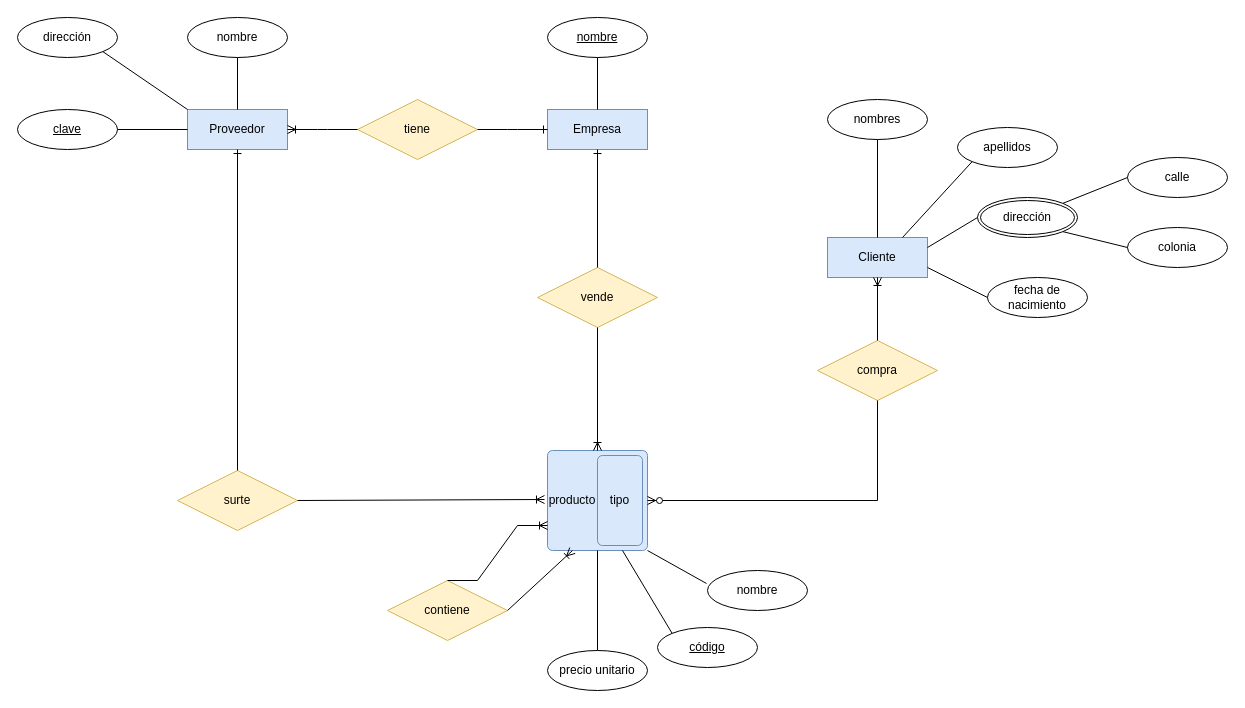
The draw.io diagram Untitled Diagram.drawio in DanielAcosta2395/UASLP, before the edit. Source tidied: cells renumbered, new cells numbered last; positions are measured from the earlier drawing's top-left corner, leaving out a move shared by most shapes. Both pictures are drawn from the tidied source at 100%, with x=0, y=0 at pixel (17, 17).
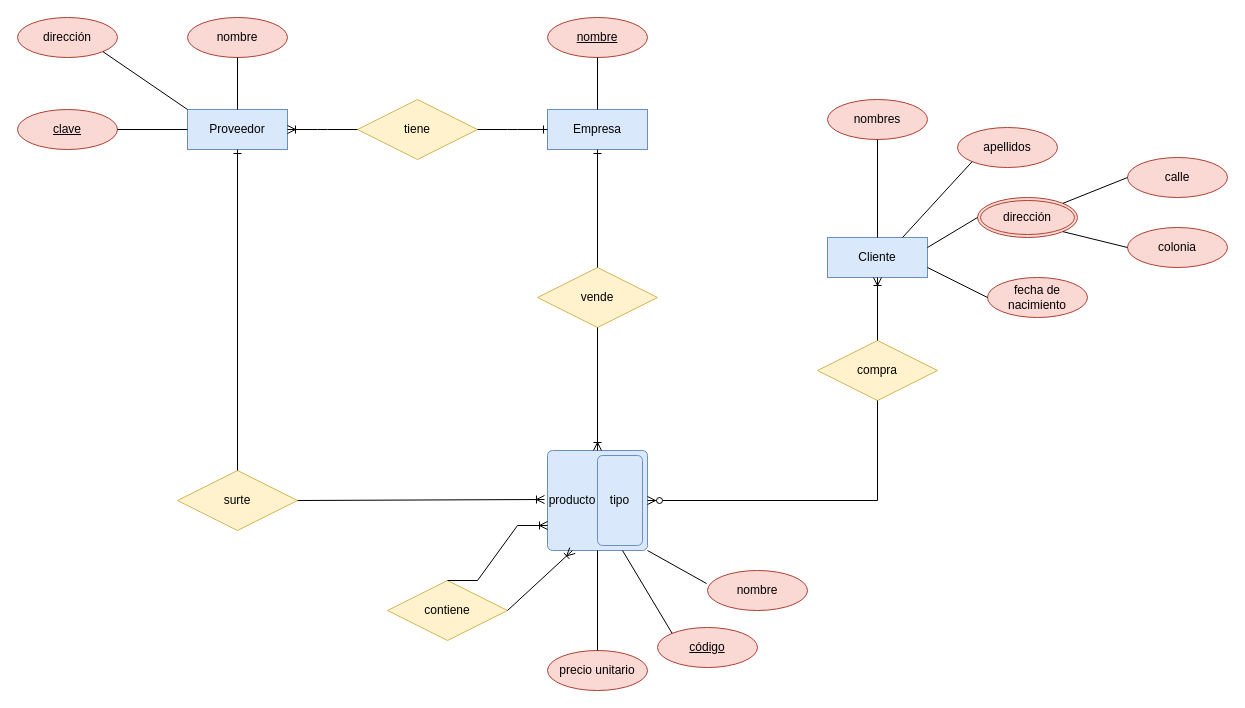
After the change.

Diff of the diagram source:
```diff
@@
-    <mxCell id="13" value="nombres" style="ellipse;whiteSpace=wrap;html=1;align=center;" parent="1" vertex="1">
+    <mxCell id="13" value="nombres" style="ellipse;whiteSpace=wrap;html=1;align=center;fillColor=#fad9d5;strokeColor=#ae4132;" parent="1" vertex="1">
       <mxGeometry x="810" y="82" width="100" height="40" as="geometry" />
     </mxCell>
-    <mxCell id="14" value="apellidos" style="ellipse;whiteSpace=wrap;html=1;align=center;" parent="1" vertex="1">
+    <mxCell id="14" value="apellidos" style="ellipse;whiteSpace=wrap;html=1;align=center;fillColor=#fad9d5;strokeColor=#ae4132;" parent="1" vertex="1">
       <mxGeometry x="940" y="110" width="100" height="40" as="geometry" />
     </mxCell>
-    <mxCell id="15" value="fecha de nacimiento" style="ellipse;whiteSpace=wrap;html=1;align=center;" parent="1" vertex="1">
+    <mxCell id="15" value="fecha de nacimiento" style="ellipse;whiteSpace=wrap;html=1;align=center;fillColor=#fad9d5;strokeColor=#ae4132;" parent="1" vertex="1">
       <mxGeometry x="970" y="260" width="100" height="40" as="geometry" />
     </mxCell>
-    <mxCell id="16" value="calle" style="ellipse;whiteSpace=wrap;html=1;align=center;" parent="1" vertex="1">
+    <mxCell id="16" value="calle" style="ellipse;whiteSpace=wrap;html=1;align=center;fillColor=#fad9d5;strokeColor=#ae4132;" parent="1" vertex="1">
       <mxGeometry x="1110" y="140" width="100" height="40" as="geometry" />
     </mxCell>
-    <mxCell id="17" value="nombre" style="ellipse;whiteSpace=wrap;html=1;align=center;" parent="1" vertex="1">
+    <mxCell id="17" value="nombre" style="ellipse;whiteSpace=wrap;html=1;align=center;fillColor=#fad9d5;strokeColor=#ae4132;" parent="1" vertex="1">
       <mxGeometry x="690" y="553" width="100" height="40" as="geometry" />
     </mxCell>
-    <mxCell id="18" value="precio unitario" style="ellipse;whiteSpace=wrap;html=1;align=center;" parent="1" vertex="1">
+    <mxCell id="18" value="precio unitario" style="ellipse;whiteSpace=wrap;html=1;align=center;fillColor=#fad9d5;strokeColor=#ae4132;" parent="1" vertex="1">
       <mxGeometry x="530" y="633" width="100" height="40" as="geometry" />
     </mxCell>
-    <mxCell id="19" value="nombre" style="ellipse;whiteSpace=wrap;html=1;align=center;" parent="1" vertex="1">
+    <mxCell id="19" value="nombre" style="ellipse;whiteSpace=wrap;html=1;align=center;fillColor=#fad9d5;strokeColor=#ae4132;" parent="1" vertex="1">
       <mxGeometry x="170" width="100" height="40" as="geometry" />
     </mxCell>
-    <mxCell id="20" value="clave" style="ellipse;whiteSpace=wrap;html=1;align=center;fontStyle=4;" parent="1" vertex="1">
+    <mxCell id="20" value="clave" style="ellipse;whiteSpace=wrap;html=1;align=center;fontStyle=4;fillColor=#fad9d5;strokeColor=#ae4132;" parent="1" vertex="1">
       <mxGeometry y="92" width="100" height="40" as="geometry" />
     </mxCell>
-    <mxCell id="21" value="dirección" style="ellipse;whiteSpace=wrap;html=1;align=center;" parent="1" vertex="1">
+    <mxCell id="21" value="dirección" style="ellipse;whiteSpace=wrap;html=1;align=center;fillColor=#fad9d5;strokeColor=#ae4132;" parent="1" vertex="1">
       <mxGeometry width="100" height="40" as="geometry" />
     </mxCell>
-    <mxCell id="22" value="nombre" style="ellipse;whiteSpace=wrap;html=1;align=center;fontStyle=4;" parent="1" vertex="1">
+    <mxCell id="22" value="nombre" style="ellipse;whiteSpace=wrap;html=1;align=center;fontStyle=4;fillColor=#fad9d5;strokeColor=#ae4132;" parent="1" vertex="1">
       <mxGeometry x="530" width="100" height="40" as="geometry" />
     </mxCell>
-    <mxCell id="23" value="código" style="ellipse;whiteSpace=wrap;html=1;align=center;fontStyle=4;" parent="1" vertex="1">
+    <mxCell id="23" value="código" style="ellipse;whiteSpace=wrap;html=1;align=center;fontStyle=4;fillColor=#fad9d5;strokeColor=#ae4132;" parent="1" vertex="1">
       <mxGeometry x="640" y="610" width="100" height="40" as="geometry" />
     </mxCell>
-    <mxCell id="24" value="dirección" style="ellipse;shape=doubleEllipse;margin=3;whiteSpace=wrap;html=1;align=center;" parent="1" vertex="1">
+    <mxCell id="24" value="dirección" style="ellipse;shape=doubleEllipse;margin=3;whiteSpace=wrap;html=1;align=center;fillColor=#fad9d5;strokeColor=#ae4132;" parent="1" vertex="1">
       <mxGeometry x="960" y="180" width="100" height="40" as="geometry" />
     </mxCell>
-    <mxCell id="25" value="colonia" style="ellipse;whiteSpace=wrap;html=1;align=center;" parent="1" vertex="1">
+    <mxCell id="25" value="colonia" style="ellipse;whiteSpace=wrap;html=1;align=center;fillColor=#fad9d5;strokeColor=#ae4132;" parent="1" vertex="1">
       <mxGeometry x="1110" y="210" width="100" height="40" as="geometry" />
     </mxCell>
```
